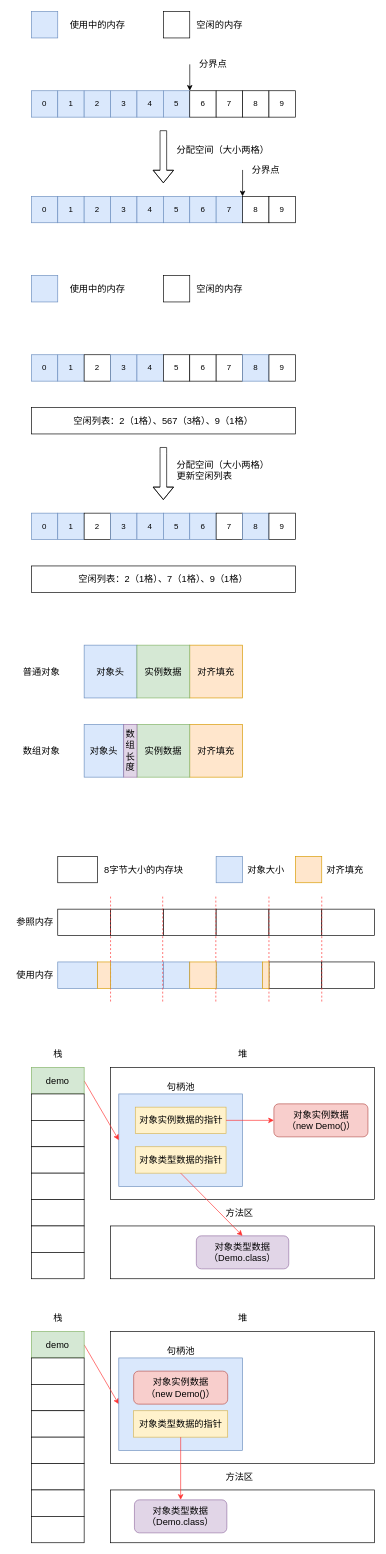
zero-97/picture-of-the-article keeps this draw.io diagram as 漫谈 对象创建的过程/漫谈 对象创建的过程.drawio. Above is the earlier version. Source tidied: cells renumbered, new cells numbered last; positions are measured from the earlier drawing's top-left corner, leaving out a move shared by most shapes. Both pictures are drawn from the tidied source at 66%, with x=0, y=0 at pixel (11, 11).
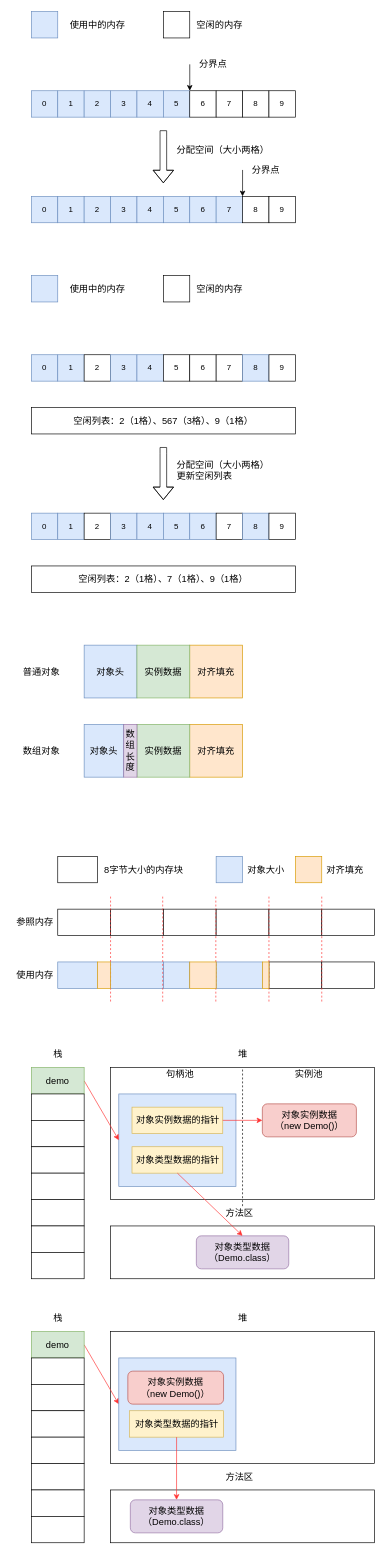
Above is the later version.

Commit message:
Update 漫谈 对象创建的过程.drawio

The change refers to these unchanged cells:
```xml
<mxCell id="2" style="rounded=0;whiteSpace=wrap;html=1;fontSize=14;align=center;" parent="1" vertex="1">
  <mxGeometry x="150" y="1600" width="400" height="200" as="geometry" />
</mxCell>
<mxCell id="109" value="方法区" style="text;html=1;align=center;verticalAlign=middle;points=[];strokeColor=none;fillColor=none;fontSize=14;" parent="1" vertex="1">
  <mxGeometry x="315" y="1810" width="60" height="20" as="geometry" />
</mxCell>
```

What changed in the source:
```diff
@@
     <mxCell id="3" style="rounded=0;whiteSpace=wrap;html=1;fontSize=14;align=center;fillColor=#dae8fc;strokeColor=#6c8ebf;" parent="1" vertex="1">
-      <mxGeometry x="162.5" y="1640" width="187.5" height="140" as="geometry" />
+      <mxGeometry x="162.5" y="1640" width="177.5" height="140" as="geometry" />
     </mxCell>
@@
     <mxCell id="110" value="&lt;font color=&quot;#000000&quot;&gt;对象实例数据&lt;br&gt;（new Demo()）&lt;br&gt;&lt;/font&gt;" style="rounded=1;whiteSpace=wrap;html=1;fontSize=14;align=center;fillColor=#f8cecc;strokeColor=#b85450;" parent="1" vertex="1">
-      <mxGeometry x="397.5" y="1655" width="142.5" height="50" as="geometry" />
+      <mxGeometry x="380" y="1655" width="142.5" height="50" as="geometry" />
     </mxCell>
@@
     <mxCell id="112" value="对象类型数据的指针" style="rounded=0;whiteSpace=wrap;html=1;fontSize=14;align=center;fillColor=#fff2cc;strokeColor=#d6b656;" parent="1" vertex="1">
-      <mxGeometry x="187.5" y="1720" width="137.5" height="40" as="geometry" />
+      <mxGeometry x="182.5" y="1720" width="137.5" height="40" as="geometry" />
     </mxCell>
     <mxCell id="113" value="对象实例数据的指针" style="rounded=0;whiteSpace=wrap;html=1;fontSize=14;align=center;fillColor=#fff2cc;strokeColor=#d6b656;" parent="1" vertex="1">
-      <mxGeometry x="187.5" y="1660" width="137.5" height="40" as="geometry" />
+      <mxGeometry x="182.5" y="1660" width="137.5" height="40" as="geometry" />
     </mxCell>
@@
     <mxCell id="116" value="句柄池" style="text;html=1;align=center;verticalAlign=middle;strokeColor=none;fillColor=none;fontSize=14;" parent="1" vertex="1">
-      <mxGeometry x="226.2" y="1620" width="60" height="20" as="geometry" />
+      <mxGeometry x="225" y="1600" width="60" height="20" as="geometry" />
     </mxCell>
@@
     <mxCell id="130" value="&lt;font color=&quot;#000000&quot;&gt;对象类型数据&lt;br&gt;（Demo.class）&lt;br&gt;&lt;/font&gt;" style="rounded=1;whiteSpace=wrap;html=1;fontSize=14;align=center;fillColor=#e1d5e7;strokeColor=#9673a6;" parent="1" vertex="1">
-      <mxGeometry x="186.2" y="2255" width="140" height="50" as="geometry" />
+      <mxGeometry x="180" y="2255" width="140" height="50" as="geometry" />
     </mxCell>
@@
-    <mxCell id="133" value="句柄池" style="text;html=1;align=center;verticalAlign=middle;strokeColor=none;fillColor=none;fontSize=14;" parent="1" vertex="1">
-      <mxGeometry x="226.2" y="2020" width="60" height="20" as="geometry" />
-    </mxCell>
@@
     <mxCell id="136" style="rounded=0;whiteSpace=wrap;html=1;fontSize=14;align=center;fillColor=#dae8fc;strokeColor=#6c8ebf;" parent="1" vertex="1">
-      <mxGeometry x="162.5" y="2040" width="187.5" height="140" as="geometry" />
+      <mxGeometry x="162.5" y="2040" width="177.5" height="140" as="geometry" />
     </mxCell>
     <mxCell id="137" value="对象类型数据的指针" style="rounded=0;whiteSpace=wrap;html=1;fontSize=14;align=center;fillColor=#fff2cc;strokeColor=#d6b656;" parent="1" vertex="1">
-      <mxGeometry x="185" y="2120" width="142.5" height="40" as="geometry" />
+      <mxGeometry x="178.8" y="2120" width="142.5" height="40" as="geometry" />
     </mxCell>
@@
     <mxCell id="139" value="&lt;font color=&quot;#000000&quot;&gt;对象实例数据&lt;br&gt;（new Demo()）&lt;br&gt;&lt;/font&gt;" style="rounded=1;whiteSpace=wrap;html=1;fontSize=14;align=center;fillColor=#f8cecc;strokeColor=#b85450;" parent="1" vertex="1">
-      <mxGeometry x="185" y="2060" width="142.5" height="50" as="geometry" />
+      <mxGeometry x="176.2" y="2060" width="145" height="50" as="geometry" />
     </mxCell>
+    <mxCell id="140" style="endArrow=none;dashed=1;html=1;rounded=0;entryX=0.5;entryY=0;entryDx=0;entryDy=0;exitX=0.583;exitY=0;exitDx=0;exitDy=0;exitPerimeter=0;" parent="1" edge="1" source="109" target="2">
+      <mxGeometry relative="1" as="geometry" />
+    </mxCell>
+    <mxCell id="141" value="实例池" style="text;html=1;align=center;verticalAlign=middle;strokeColor=none;fillColor=none;fontSize=14;" parent="1" vertex="1">
+      <mxGeometry x="420" y="1600" width="60" height="20" as="geometry" />
+    </mxCell>
```
